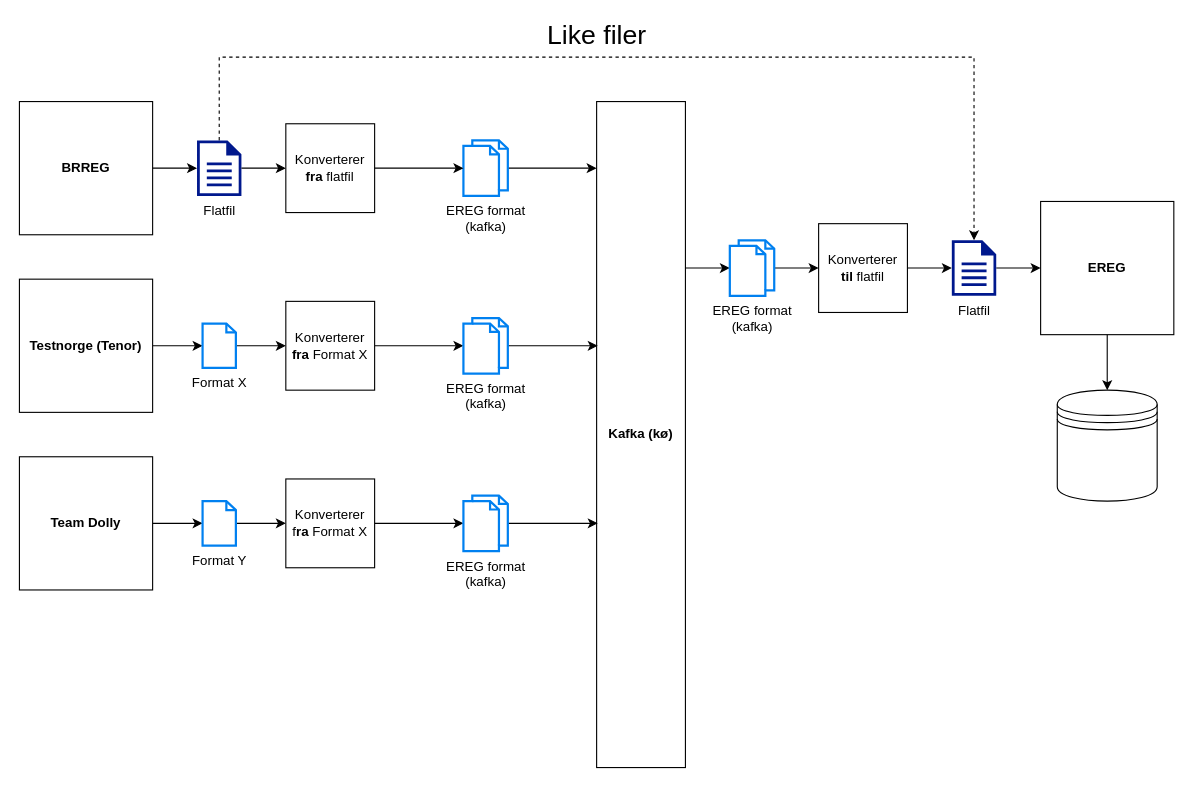
Earlier version of the draw.io diagram page "Forslag til endring (Lettere)" (3 of 3) of EREG, Dolly og Tenor forsalg.drawio (langvatn/docs). Source tidied: cells renumbered, new cells numbered last; positions are measured from the earlier drawing's top-left corner, leaving out a move shared by most shapes. Both pictures are drawn from the tidied source at 111%, with x=0, y=0 at pixel (19, 57).
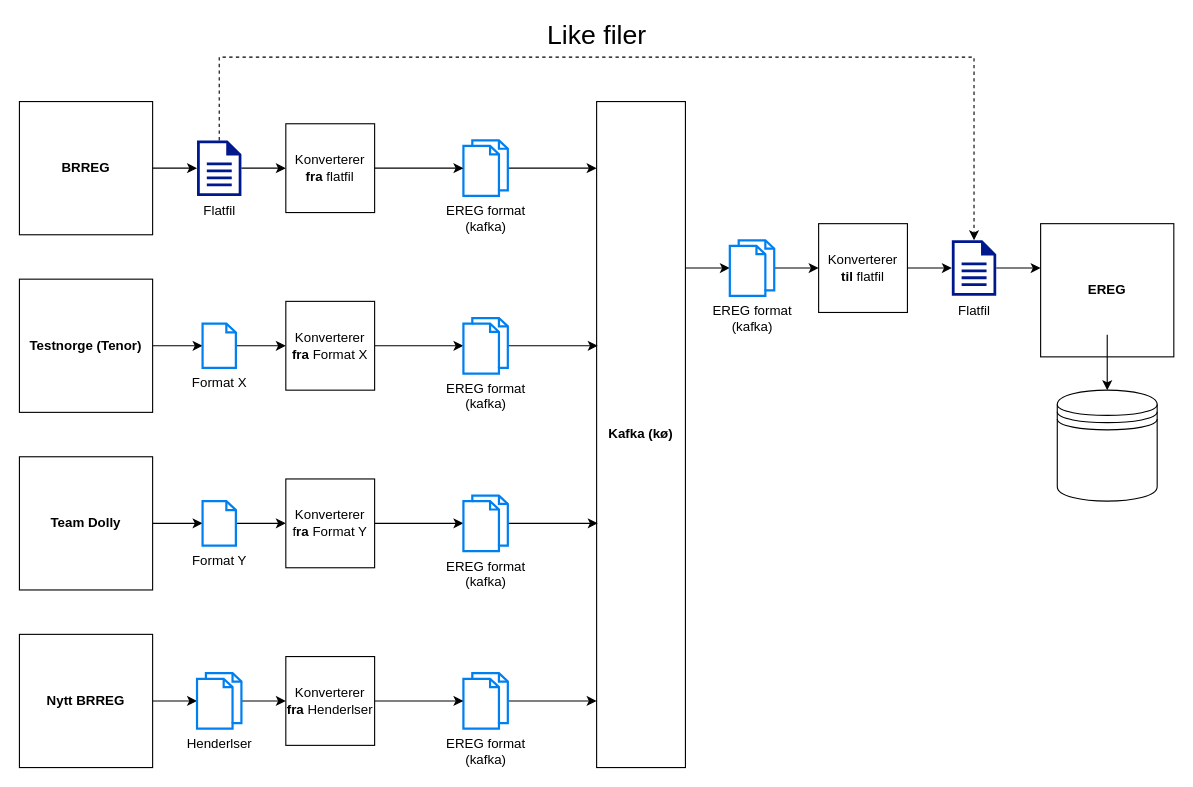
After the change.

The change refers to these unchanged cells:
```xml
<mxCell id="9" style="shape=datastore;whiteSpace=wrap;html=1;" parent="1" vertex="1">
  <mxGeometry x="935" y="300" width="90" height="100" as="geometry" />
</mxCell>
<mxCell id="34" value="Flatfil" style="shadow=0;dashed=0;html=1;strokeColor=none;labelPosition=center;verticalLabelPosition=bottom;verticalAlign=top;align=center;fillColor=#00188D;shape=mxgraph.mscae.enterprise.document;" parent="1" vertex="1">
  <mxGeometry x="840" y="165" width="40" height="50" as="geometry" />
</mxCell>
```

The edit, as a diff of the source:
```diff
@@
     <mxCell id="2" value="&lt;b&gt;EREG&lt;/b&gt;" style="whiteSpace=wrap;html=1;" parent="1" vertex="1">
-      <mxGeometry x="920" y="130" width="120" height="120" as="geometry" />
+      <mxGeometry x="920" y="150" width="120" height="120" as="geometry" />
     </mxCell>
@@
-    <mxCell id="10" style="endArrow=classic;html=1;exitX=0.5;exitY=1;exitDx=0;exitDy=0;entryX=0.5;entryY=0;entryDx=0;entryDy=0;" parent="1" edge="1" source="2" target="9">
-      <mxGeometry relative="1" as="geometry" />
+    <mxCell id="10" style="endArrow=classic;html=1;exitX=0.5;exitY=1;exitDx=0;exitDy=0;entryX=0.5;entryY=0;entryDx=0;entryDy=0;" parent="1" edge="1" target="9">
+      <mxGeometry relative="1" as="geometry">
+        <mxPoint x="980" y="250" as="sourcePoint" />
+      </mxGeometry>
     </mxCell>
@@
-    <mxCell id="29" value="Konverterer f&lt;b&gt;ra&lt;/b&gt; Format X" style="whiteSpace=wrap;html=1;" parent="1" vertex="1">
+    <mxCell id="29" value="Konverterer f&lt;b&gt;ra&lt;/b&gt; Format Y" style="whiteSpace=wrap;html=1;" parent="1" vertex="1">
       <mxGeometry x="240" y="380" width="80" height="80" as="geometry" />
     </mxCell>
@@
-    <mxCell id="33" style="edgeStyle=orthogonalEdgeStyle;rounded=0;jettySize=auto;html=1;entryX=0;entryY=0.5;entryDx=0;entryDy=0;" parent="1" edge="1" source="34" target="2">
-      <mxGeometry relative="1" as="geometry" />
+    <mxCell id="33" style="edgeStyle=orthogonalEdgeStyle;rounded=0;jettySize=auto;html=1;entryX=0;entryY=0.5;entryDx=0;entryDy=0;" parent="1" edge="1" source="34">
+      <mxGeometry relative="1" as="geometry">
+        <mxPoint x="920" y="190" as="targetPoint" />
+      </mxGeometry>
     </mxCell>
@@
+    <mxCell id="39" style="edgeStyle=orthogonalEdgeStyle;rounded=0;jettySize=auto;html=1;" parent="1" edge="1" source="40" target="42">
+      <mxGeometry relative="1" as="geometry" />
+    </mxCell>
+    <mxCell id="40" value="&lt;b&gt;Nytt BRREG&lt;/b&gt;" style="whiteSpace=wrap;html=1;" parent="1" vertex="1">
+      <mxGeometry y="520" width="120" height="120" as="geometry" />
+    </mxCell>
+    <mxCell id="41" style="edgeStyle=orthogonalEdgeStyle;rounded=0;jettySize=auto;html=1;" parent="1" edge="1" source="42" target="46">
+      <mxGeometry relative="1" as="geometry" />
+    </mxCell>
+    <mxCell id="42" value="Henderlser" style="html=1;verticalLabelPosition=bottom;align=center;labelBackgroundColor=#ffffff;verticalAlign=top;strokeWidth=2;strokeColor=#0080F0;shadow=0;dashed=0;shape=mxgraph.ios7.icons.documents;" parent="1" vertex="1">
+      <mxGeometry x="160" y="555" width="40" height="50" as="geometry" />
+    </mxCell>
+    <mxCell id="43" style="edgeStyle=orthogonalEdgeStyle;rounded=0;jettySize=auto;html=1;" parent="1" edge="1" source="44">
+      <mxGeometry relative="1" as="geometry">
+        <mxPoint x="520" y="580" as="targetPoint" />
+      </mxGeometry>
+    </mxCell>
+    <mxCell id="44" value="EREG format &lt;br&gt;(kafka)" style="html=1;verticalLabelPosition=bottom;align=center;labelBackgroundColor=#ffffff;verticalAlign=top;strokeWidth=2;strokeColor=#0080F0;shadow=0;dashed=0;shape=mxgraph.ios7.icons.documents;" parent="1" vertex="1">
+      <mxGeometry x="400" y="555" width="40" height="50" as="geometry" />
+    </mxCell>
+    <mxCell id="45" style="edgeStyle=orthogonalEdgeStyle;rounded=0;jettySize=auto;html=1;" parent="1" edge="1" source="46" target="44">
+      <mxGeometry relative="1" as="geometry" />
+    </mxCell>
+    <mxCell id="46" value="Konverterer &lt;b&gt;fra&lt;/b&gt; Henderlser" style="whiteSpace=wrap;html=1;" parent="1" vertex="1">
+      <mxGeometry x="240" y="540" width="80" height="80" as="geometry" />
+    </mxCell>
```
